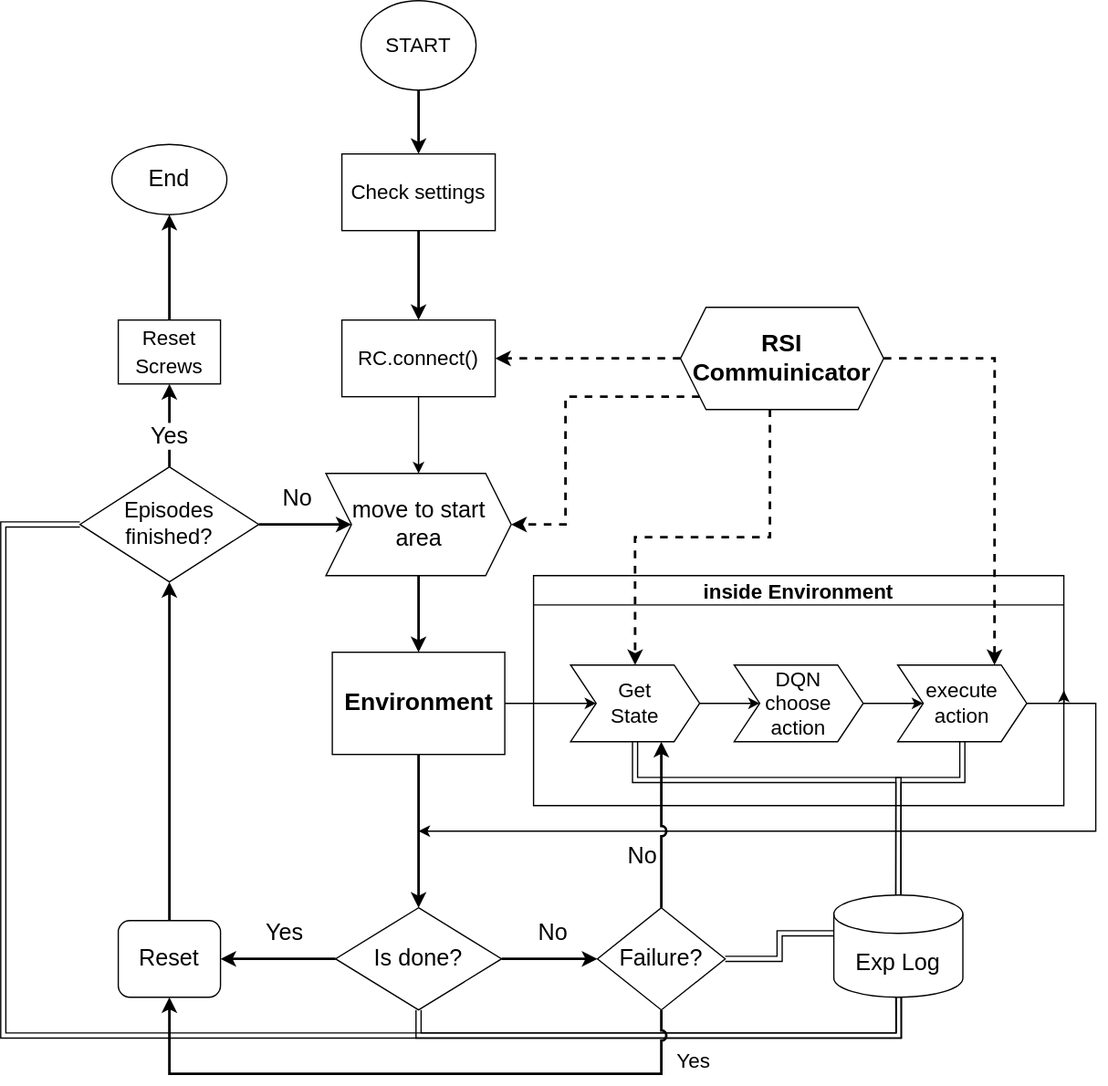
Above: rl-unscrew.svg in TONiiV/flowcharts (draw.io), before the change. Source tidied: cells renumbered, new cells last; positions are measured from the earlier drawing's top-left corner, leaving out a move shared by most shapes.
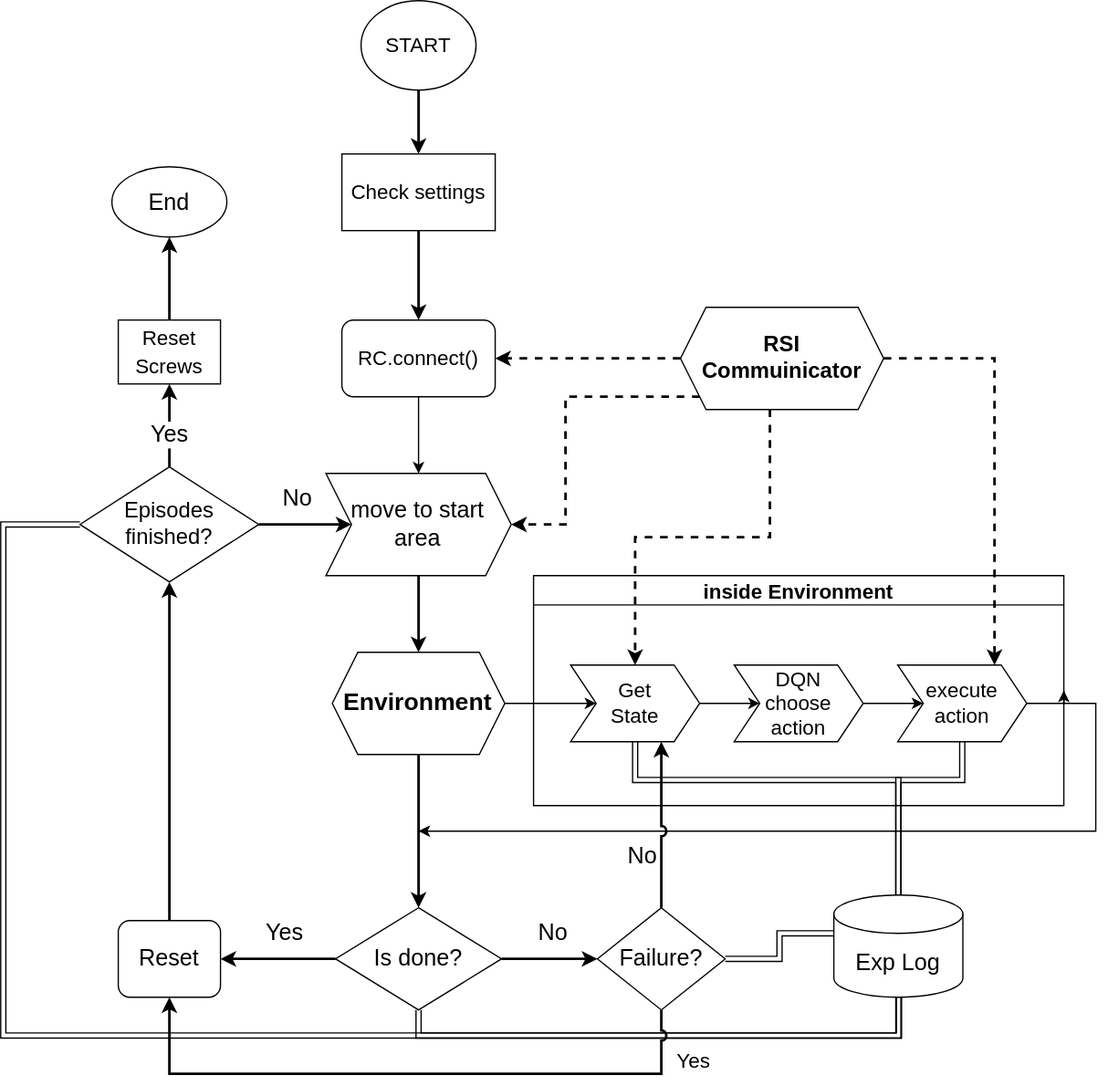
The same diagram one commit later.

What changed in the source:
```diff
@@ -17,7 +17,7 @@
     <mxCell id="6" style="edgeStyle=orthogonalEdgeStyle;rounded=0;jettySize=auto;html=1;entryX=0.5;entryY=0;entryDx=0;entryDy=0;fontSize=16;" parent="1" edge="1" source="7" target="29">
       <mxGeometry relative="1" as="geometry" />
     </mxCell>
-    <mxCell id="7" value="RC.connect()" style="rounded=0;whiteSpace=wrap;html=1;fontSize=16;" parent="1" vertex="1">
+    <mxCell id="7" value="RC.connect()" style="rounded=1;whiteSpace=wrap;html=1;fontFamily=Helvetica;fontSize=16;fontColor=default;align=center;strokeColor=default;fillColor=default;perimeterSpacing=0;" parent="1" vertex="1">
       <mxGeometry x="265" y="250" width="120" height="60" as="geometry" />
     </mxCell>
     <mxCell id="8" style="edgeStyle=orthogonalEdgeStyle;rounded=0;jettySize=auto;html=1;exitX=1;exitY=0.5;exitDx=0;exitDy=0;fontSize=16;entryX=0;entryY=0.5;entryDx=0;entryDy=0;" parent="1" edge="1" source="10" target="14">
@@ -26,7 +26,7 @@
     <mxCell id="9" style="edgeStyle=orthogonalEdgeStyle;rounded=0;jettySize=auto;html=1;exitX=0.5;exitY=1;exitDx=0;exitDy=0;fontSize=16;entryX=0.5;entryY=0;entryDx=0;entryDy=0;strokeWidth=2;" parent="1" edge="1" source="10" target="27">
       <mxGeometry relative="1" as="geometry" />
     </mxCell>
-    <mxCell id="10" value="&lt;font style=&quot;font-size: 19px&quot;&gt;&lt;b&gt;Environment&lt;/b&gt;&lt;/font&gt;" style="rounded=0;whiteSpace=wrap;html=1;fontSize=16;" parent="1" vertex="1">
+    <mxCell id="10" value="&lt;font style=&quot;font-size: 19px&quot;&gt;&lt;b&gt;Environment&lt;/b&gt;&lt;/font&gt;" style="shape=hexagon;perimeter=hexagonPerimeter2;whiteSpace=wrap;html=1;fixedSize=1;fontFamily=Helvetica;fontSize=16;fontColor=default;align=center;strokeColor=default;fillColor=default;" parent="1" vertex="1">
       <mxGeometry x="257.5" y="510" width="135" height="80" as="geometry" />
     </mxCell>
     <mxCell id="11" style="edgeStyle=orthogonalEdgeStyle;rounded=0;jettySize=auto;html=1;exitX=1;exitY=0.5;exitDx=0;exitDy=0;fontSize=16;" parent="1" edge="1" source="12">
@@ -86,7 +86,7 @@
         </Array>
       </mxGeometry>
     </mxCell>
-    <mxCell id="23" value="&lt;font style=&quot;font-size: 19px&quot;&gt;&lt;b&gt;RSI Commuinicator&lt;/b&gt;&lt;/font&gt;" style="shape=hexagon;perimeter=hexagonPerimeter2;whiteSpace=wrap;html=1;fixedSize=1;fontSize=16;" parent="1" vertex="1">
+    <mxCell id="23" value="&lt;font style=&quot;font-size: 17px&quot;&gt;&lt;b&gt;RSI Commuinicator&lt;/b&gt;&lt;/font&gt;" style="shape=hexagon;perimeter=hexagonPerimeter2;whiteSpace=wrap;html=1;fixedSize=1;fontSize=16;" parent="1" vertex="1">
       <mxGeometry x="530" y="240" width="159" height="80" as="geometry" />
     </mxCell>
     <mxCell id="24" value="No" style="edgeStyle=orthogonalEdgeStyle;rounded=0;jumpStyle=arc;orthogonalLoop=1;jettySize=auto;html=1;entryX=0;entryY=0.5;entryDx=0;entryDy=0;fontSize=18;strokeWidth=2;" parent="1" edge="1">
@@ -165,7 +165,7 @@
       <mxGeometry x="60" y="365" width="140" height="90" as="geometry" />
     </mxCell>
     <mxCell id="41" value="End" style="ellipse;whiteSpace=wrap;html=1;fontSize=18;" parent="1" vertex="1">
-      <mxGeometry x="85" y="112.5" width="90" height="55" as="geometry" />
+      <mxGeometry x="85" y="130" width="90" height="55" as="geometry" />
     </mxCell>
     <mxCell id="42" style="edgeStyle=orthogonalEdgeStyle;rounded=0;jumpStyle=arc;jettySize=auto;html=1;entryX=0.5;entryY=1;entryDx=0;entryDy=0;fontSize=16;strokeWidth=2;" parent="1" edge="1" source="43" target="41">
       <mxGeometry relative="1" as="geometry" />
```
